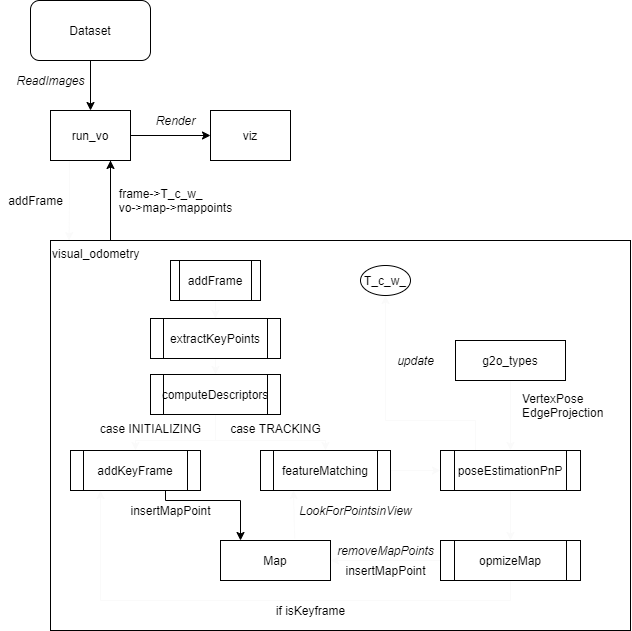
Earlier version of the draw.io export png/workflow.png (BowenBZ/RGBD_VisualOdometry). Source tidied: cells renumbered, new cells last; positions are measured from the earlier drawing's top-left corner, leaving out a move shared by most shapes. Source of this version:
```xml
<mxGraphModel>
  <root>
    <mxCell id="0" />
    <mxCell id="1" parent="0" />
    <mxCell id="2" style="edgeStyle=orthogonalEdgeStyle;rounded=0;jettySize=auto;html=1;exitX=1;exitY=0.5;exitDx=0;exitDy=0;" parent="1" edge="1" source="5" target="9">
      <mxGeometry relative="1" as="geometry" />
    </mxCell>
    <mxCell id="3" style="edgeStyle=orthogonalEdgeStyle;rounded=0;jettySize=auto;html=1;exitX=0.75;exitY=1;exitDx=0;exitDy=0;" parent="1" edge="1" source="5">
      <mxGeometry relative="1" as="geometry">
        <mxPoint x="110" y="160" as="targetPoint" />
        <Array as="points">
          <mxPoint x="110" y="240" />
          <mxPoint x="110" y="240" />
        </Array>
      </mxGeometry>
    </mxCell>
    <mxCell id="4" style="edgeStyle=orthogonalEdgeStyle;rounded=0;jumpStyle=none;jettySize=auto;html=1;exitX=0.25;exitY=1;exitDx=0;exitDy=0;entryX=0.032;entryY=0;entryDx=0;entryDy=0;entryPerimeter=0;strokeColor=#FAFAFA;" parent="1" edge="1" source="5" target="8">
      <mxGeometry relative="1" as="geometry">
        <Array as="points">
          <mxPoint x="69" y="160" />
          <mxPoint x="69" y="200" />
        </Array>
      </mxGeometry>
    </mxCell>
    <mxCell id="5" value="run_vo" style="rounded=0;whiteSpace=wrap;html=1;" parent="1" vertex="1">
      <mxGeometry x="50" y="110" width="80" height="50" as="geometry" />
    </mxCell>
    <mxCell id="6" style="edgeStyle=orthogonalEdgeStyle;rounded=0;jettySize=auto;html=1;exitX=0.5;exitY=1;exitDx=0;exitDy=0;entryX=0.5;entryY=0;entryDx=0;entryDy=0;" parent="1" edge="1" source="7" target="5">
      <mxGeometry relative="1" as="geometry" />
    </mxCell>
    <mxCell id="7" value="Dataset" style="rounded=1;whiteSpace=wrap;html=1;" parent="1" vertex="1">
      <mxGeometry x="30" width="120" height="60" as="geometry" />
    </mxCell>
    <mxCell id="8" value="visual_odometry" style="rounded=0;whiteSpace=wrap;html=1;align=left;verticalAlign=top;labelBackgroundColor=none;fillColor=none;" parent="1" vertex="1">
      <mxGeometry x="50" y="240" width="580" height="390" as="geometry" />
    </mxCell>
    <mxCell id="9" value="viz" style="rounded=0;whiteSpace=wrap;html=1;" parent="1" vertex="1">
      <mxGeometry x="210" y="110" width="80" height="50" as="geometry" />
    </mxCell>
    <mxCell id="10" value="Render" style="text;html=1;align=center;verticalAlign=middle;fontStyle=2;" parent="1" vertex="1">
      <mxGeometry x="150" y="110" width="50" height="20" as="geometry" />
    </mxCell>
    <mxCell id="11" value="addFrame" style="text;html=1;align=center;verticalAlign=middle;" parent="1" vertex="1">
      <mxGeometry y="190" width="70" height="20" as="geometry" />
    </mxCell>
    <mxCell id="12" value="&lt;div style=&quot;text-align: left&quot;&gt;&lt;span&gt;frame-&amp;gt;T_c_w_&lt;/span&gt;&lt;/div&gt;&lt;div style=&quot;text-align: left&quot;&gt;&lt;span&gt;vo-&amp;gt;map-&amp;gt;mappoints&lt;/span&gt;&lt;/div&gt;" style="text;html=1;align=center;verticalAlign=middle;" parent="1" vertex="1">
      <mxGeometry x="110" y="185" width="130" height="30" as="geometry" />
    </mxCell>
    <mxCell id="13" value="ReadImages" style="text;html=1;align=center;verticalAlign=middle;fontStyle=2;" parent="1" vertex="1">
      <mxGeometry x="10" y="70" width="80" height="20" as="geometry" />
    </mxCell>
    <mxCell id="14" value="Map" style="rounded=0;whiteSpace=wrap;html=1;align=center;" parent="1" vertex="1">
      <mxGeometry x="220" y="540" width="110" height="40" as="geometry" />
    </mxCell>
    <mxCell id="15" style="edgeStyle=orthogonalEdgeStyle;rounded=0;jumpStyle=none;jettySize=auto;html=1;exitX=0.5;exitY=1;exitDx=0;exitDy=0;strokeColor=#FAFAFA;" parent="1" edge="1" source="16" target="18">
      <mxGeometry relative="1" as="geometry" />
    </mxCell>
    <mxCell id="16" value="addFrame" style="shape=process;whiteSpace=wrap;html=1;backgroundOutline=1;align=center;" parent="1" vertex="1">
      <mxGeometry x="170" y="260" width="90" height="40" as="geometry" />
    </mxCell>
    <mxCell id="17" style="edgeStyle=orthogonalEdgeStyle;rounded=0;jumpStyle=none;jettySize=auto;html=1;exitX=0.5;exitY=1;exitDx=0;exitDy=0;strokeColor=#FAFAFA;" parent="1" edge="1" source="18" target="21">
      <mxGeometry relative="1" as="geometry" />
    </mxCell>
    <mxCell id="18" value="extractKeyPoints" style="shape=process;whiteSpace=wrap;html=1;backgroundOutline=1;align=center;" parent="1" vertex="1">
      <mxGeometry x="150" y="318" width="130" height="40" as="geometry" />
    </mxCell>
    <mxCell id="19" style="edgeStyle=orthogonalEdgeStyle;rounded=0;jumpStyle=none;jettySize=auto;html=1;exitX=0.5;exitY=1;exitDx=0;exitDy=0;strokeColor=#FAFAFA;" parent="1" edge="1" source="21" target="23">
      <mxGeometry relative="1" as="geometry">
        <Array as="points">
          <mxPoint x="215" y="440" />
          <mxPoint x="135" y="440" />
        </Array>
      </mxGeometry>
    </mxCell>
    <mxCell id="20" style="edgeStyle=orthogonalEdgeStyle;rounded=0;jumpStyle=none;jettySize=auto;html=1;exitX=0.5;exitY=1;exitDx=0;exitDy=0;entryX=0.5;entryY=0;entryDx=0;entryDy=0;strokeColor=#FAFAFA;" parent="1" edge="1" source="21" target="28">
      <mxGeometry relative="1" as="geometry">
        <Array as="points">
          <mxPoint x="215" y="440" />
          <mxPoint x="325" y="440" />
        </Array>
      </mxGeometry>
    </mxCell>
    <mxCell id="21" value="computeDescriptors" style="shape=process;whiteSpace=wrap;html=1;backgroundOutline=1;align=center;" parent="1" vertex="1">
      <mxGeometry x="150" y="374" width="130" height="40" as="geometry" />
    </mxCell>
    <mxCell id="22" style="edgeStyle=orthogonalEdgeStyle;rounded=0;jettySize=auto;html=1;exitX=0.5;exitY=1;exitDx=0;exitDy=0;" parent="1" edge="1" source="23" target="14">
      <mxGeometry relative="1" as="geometry">
        <Array as="points">
          <mxPoint x="165" y="490" />
          <mxPoint x="165" y="500" />
          <mxPoint x="240" y="500" />
        </Array>
      </mxGeometry>
    </mxCell>
    <mxCell id="23" value="addKeyFrame" style="shape=process;whiteSpace=wrap;html=1;backgroundOutline=1;align=center;" parent="1" vertex="1">
      <mxGeometry x="70" y="450" width="130" height="40" as="geometry" />
    </mxCell>
    <mxCell id="24" value="insertMapPoint" style="text;html=1;align=center;verticalAlign=middle;" parent="1" vertex="1">
      <mxGeometry x="120" y="500" width="100" height="20" as="geometry" />
    </mxCell>
    <mxCell id="25" value="case INITIALIZING" style="text;html=1;align=center;verticalAlign=middle;" parent="1" vertex="1">
      <mxGeometry x="90" y="418" width="120" height="20" as="geometry" />
    </mxCell>
    <mxCell id="26" value="case TRACKING" style="text;html=1;align=center;verticalAlign=middle;" parent="1" vertex="1">
      <mxGeometry x="220" y="418" width="110" height="20" as="geometry" />
    </mxCell>
    <mxCell id="27" style="edgeStyle=orthogonalEdgeStyle;rounded=0;jumpStyle=none;jettySize=auto;html=1;exitX=1;exitY=0.5;exitDx=0;exitDy=0;entryX=0;entryY=0.5;entryDx=0;entryDy=0;strokeColor=#FAFAFA;" parent="1" edge="1" source="28" target="31">
      <mxGeometry relative="1" as="geometry" />
    </mxCell>
    <mxCell id="28" value="featureMatching" style="shape=process;whiteSpace=wrap;html=1;backgroundOutline=1;align=center;" parent="1" vertex="1">
      <mxGeometry x="260" y="450" width="130" height="40" as="geometry" />
    </mxCell>
    <mxCell id="29" style="edgeStyle=orthogonalEdgeStyle;rounded=0;jumpStyle=none;jettySize=auto;html=1;exitX=0.25;exitY=0;exitDx=0;exitDy=0;entryX=0.5;entryY=1;entryDx=0;entryDy=0;strokeColor=#FAFAFA;" parent="1" edge="1" source="31" target="37">
      <mxGeometry relative="1" as="geometry">
        <Array as="points">
          <mxPoint x="475" y="420" />
          <mxPoint x="385" y="420" />
        </Array>
      </mxGeometry>
    </mxCell>
    <mxCell id="30" style="edgeStyle=orthogonalEdgeStyle;rounded=0;jumpStyle=none;jettySize=auto;html=1;exitX=0.5;exitY=1;exitDx=0;exitDy=0;strokeColor=#FAFAFA;" parent="1" edge="1" source="31" target="41">
      <mxGeometry relative="1" as="geometry" />
    </mxCell>
    <mxCell id="31" value="poseEstimationPnP" style="shape=process;whiteSpace=wrap;html=1;backgroundOutline=1;align=center;" parent="1" vertex="1">
      <mxGeometry x="440" y="450" width="140" height="40" as="geometry" />
    </mxCell>
    <mxCell id="32" style="edgeStyle=orthogonalEdgeStyle;rounded=0;jumpStyle=none;jettySize=auto;html=1;exitX=0.5;exitY=1;exitDx=0;exitDy=0;strokeColor=#FAFAFA;" parent="1" edge="1" source="33" target="31">
      <mxGeometry relative="1" as="geometry" />
    </mxCell>
    <mxCell id="33" value="g2o_types" style="rounded=0;whiteSpace=wrap;html=1;align=center;" parent="1" vertex="1">
      <mxGeometry x="455" y="340" width="110" height="40" as="geometry" />
    </mxCell>
    <mxCell id="34" value="VertexPose&lt;br&gt;EdgeProjection" style="text;html=1;align=left;verticalAlign=middle;" parent="1" vertex="1">
      <mxGeometry x="520" y="390" width="100" height="30" as="geometry" />
    </mxCell>
    <mxCell id="35" style="endArrow=classic;html=1;strokeColor=#FAFAFA;exitX=0.674;exitY=-0.05;exitDx=0;exitDy=0;exitPerimeter=0;" parent="1" edge="1" source="14">
      <mxGeometry relative="1" as="geometry">
        <mxPoint x="293" y="490" as="targetPoint" />
      </mxGeometry>
    </mxCell>
    <mxCell id="36" value="&lt;i&gt;LookForPointsinView&lt;/i&gt;" style="text;html=1;align=center;verticalAlign=middle;" parent="1" vertex="1">
      <mxGeometry x="290" y="500" width="130" height="20" as="geometry" />
    </mxCell>
    <mxCell id="37" value="T_c_w_" style="ellipse;whiteSpace=wrap;html=1;align=center;" parent="1" vertex="1">
      <mxGeometry x="360" y="265" width="50" height="30" as="geometry" />
    </mxCell>
    <mxCell id="38" value="update" style="text;html=1;align=center;verticalAlign=middle;fontStyle=2;" parent="1" vertex="1">
      <mxGeometry x="390" y="350" width="50" height="20" as="geometry" />
    </mxCell>
    <mxCell id="39" style="edgeStyle=orthogonalEdgeStyle;rounded=0;jumpStyle=none;jettySize=auto;html=1;exitX=0;exitY=0.5;exitDx=0;exitDy=0;entryX=1;entryY=0.5;entryDx=0;entryDy=0;strokeColor=#FAFAFA;" parent="1" edge="1" source="41" target="14">
      <mxGeometry relative="1" as="geometry" />
    </mxCell>
    <mxCell id="40" style="edgeStyle=orthogonalEdgeStyle;rounded=0;jumpStyle=none;jettySize=auto;html=1;exitX=0.5;exitY=1;exitDx=0;exitDy=0;strokeColor=#FAFAFA;" parent="1" edge="1" source="41">
      <mxGeometry relative="1" as="geometry">
        <mxPoint x="100" y="490" as="targetPoint" />
      </mxGeometry>
    </mxCell>
    <mxCell id="41" value="opmizeMap" style="shape=process;whiteSpace=wrap;html=1;backgroundOutline=1;align=center;" parent="1" vertex="1">
      <mxGeometry x="440" y="540" width="140" height="40" as="geometry" />
    </mxCell>
    <mxCell id="42" value="removeMapPoints" style="text;html=1;align=center;verticalAlign=middle;fontStyle=2;" parent="1" vertex="1">
      <mxGeometry x="330" y="540" width="110" height="20" as="geometry" />
    </mxCell>
    <mxCell id="43" value="insertMapPoint" style="text;html=1;align=center;verticalAlign=middle;" parent="1" vertex="1">
      <mxGeometry x="335" y="560" width="100" height="20" as="geometry" />
    </mxCell>
    <mxCell id="44" value="if isKeyframe" style="text;html=1;align=center;verticalAlign=middle;" parent="1" vertex="1">
      <mxGeometry x="270" y="600" width="80" height="20" as="geometry" />
    </mxCell>
  </root>
</mxGraphModel>
```
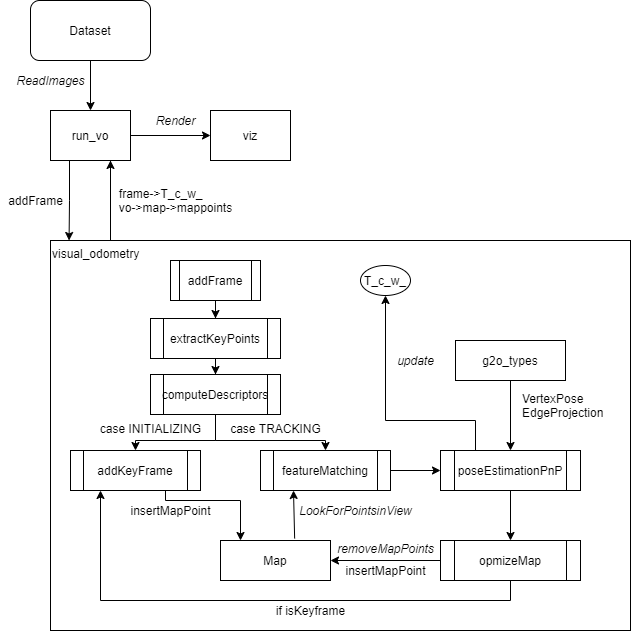
Later version of the same file.

Change to the diagram source:
```diff
@@ -14,7 +14,7 @@
         </Array>
       </mxGeometry>
     </mxCell>
-    <mxCell id="4" style="edgeStyle=orthogonalEdgeStyle;rounded=0;jumpStyle=none;jettySize=auto;html=1;exitX=0.25;exitY=1;exitDx=0;exitDy=0;entryX=0.032;entryY=0;entryDx=0;entryDy=0;entryPerimeter=0;strokeColor=#FAFAFA;" parent="1" edge="1" source="5" target="8">
+    <mxCell id="4" style="edgeStyle=orthogonalEdgeStyle;rounded=0;jumpStyle=none;jettySize=auto;html=1;exitX=0.25;exitY=1;exitDx=0;exitDy=0;entryX=0.032;entryY=0;entryDx=0;entryDy=0;entryPerimeter=0;" parent="1" edge="1" source="5" target="8">
       <mxGeometry relative="1" as="geometry">
         <Array as="points">
           <mxPoint x="69" y="160" />
@@ -52,19 +52,19 @@
     <mxCell id="14" value="Map" style="rounded=0;whiteSpace=wrap;html=1;align=center;" parent="1" vertex="1">
       <mxGeometry x="220" y="540" width="110" height="40" as="geometry" />
     </mxCell>
-    <mxCell id="15" style="edgeStyle=orthogonalEdgeStyle;rounded=0;jumpStyle=none;jettySize=auto;html=1;exitX=0.5;exitY=1;exitDx=0;exitDy=0;strokeColor=#FAFAFA;" parent="1" edge="1" source="16" target="18">
+    <mxCell id="15" style="edgeStyle=orthogonalEdgeStyle;rounded=0;jumpStyle=none;jettySize=auto;html=1;exitX=0.5;exitY=1;exitDx=0;exitDy=0;" parent="1" edge="1" source="16" target="18">
       <mxGeometry relative="1" as="geometry" />
     </mxCell>
     <mxCell id="16" value="addFrame" style="shape=process;whiteSpace=wrap;html=1;backgroundOutline=1;align=center;" parent="1" vertex="1">
       <mxGeometry x="170" y="260" width="90" height="40" as="geometry" />
     </mxCell>
-    <mxCell id="17" style="edgeStyle=orthogonalEdgeStyle;rounded=0;jumpStyle=none;jettySize=auto;html=1;exitX=0.5;exitY=1;exitDx=0;exitDy=0;strokeColor=#FAFAFA;" parent="1" edge="1" source="18" target="21">
+    <mxCell id="17" style="edgeStyle=orthogonalEdgeStyle;rounded=0;jumpStyle=none;jettySize=auto;html=1;exitX=0.5;exitY=1;exitDx=0;exitDy=0;" parent="1" edge="1" source="18" target="21">
       <mxGeometry relative="1" as="geometry" />
     </mxCell>
     <mxCell id="18" value="extractKeyPoints" style="shape=process;whiteSpace=wrap;html=1;backgroundOutline=1;align=center;" parent="1" vertex="1">
       <mxGeometry x="150" y="318" width="130" height="40" as="geometry" />
     </mxCell>
-    <mxCell id="19" style="edgeStyle=orthogonalEdgeStyle;rounded=0;jumpStyle=none;jettySize=auto;html=1;exitX=0.5;exitY=1;exitDx=0;exitDy=0;strokeColor=#FAFAFA;" parent="1" edge="1" source="21" target="23">
+    <mxCell id="19" style="edgeStyle=orthogonalEdgeStyle;rounded=0;jumpStyle=none;jettySize=auto;html=1;exitX=0.5;exitY=1;exitDx=0;exitDy=0;" parent="1" edge="1" source="21" target="23">
       <mxGeometry relative="1" as="geometry">
         <Array as="points">
           <mxPoint x="215" y="440" />
@@ -72,7 +72,7 @@
         </Array>
       </mxGeometry>
     </mxCell>
-    <mxCell id="20" style="edgeStyle=orthogonalEdgeStyle;rounded=0;jumpStyle=none;jettySize=auto;html=1;exitX=0.5;exitY=1;exitDx=0;exitDy=0;entryX=0.5;entryY=0;entryDx=0;entryDy=0;strokeColor=#FAFAFA;" parent="1" edge="1" source="21" target="28">
+    <mxCell id="20" style="edgeStyle=orthogonalEdgeStyle;rounded=0;jumpStyle=none;jettySize=auto;html=1;exitX=0.5;exitY=1;exitDx=0;exitDy=0;entryX=0.5;entryY=0;entryDx=0;entryDy=0;" parent="1" edge="1" source="21" target="28">
       <mxGeometry relative="1" as="geometry">
         <Array as="points">
           <mxPoint x="215" y="440" />
@@ -104,13 +104,13 @@
     <mxCell id="26" value="case TRACKING" style="text;html=1;align=center;verticalAlign=middle;" parent="1" vertex="1">
       <mxGeometry x="220" y="418" width="110" height="20" as="geometry" />
     </mxCell>
-    <mxCell id="27" style="edgeStyle=orthogonalEdgeStyle;rounded=0;jumpStyle=none;jettySize=auto;html=1;exitX=1;exitY=0.5;exitDx=0;exitDy=0;entryX=0;entryY=0.5;entryDx=0;entryDy=0;strokeColor=#FAFAFA;" parent="1" edge="1" source="28" target="31">
+    <mxCell id="27" style="edgeStyle=orthogonalEdgeStyle;rounded=0;jumpStyle=none;jettySize=auto;html=1;exitX=1;exitY=0.5;exitDx=0;exitDy=0;entryX=0;entryY=0.5;entryDx=0;entryDy=0;" parent="1" edge="1" source="28" target="31">
       <mxGeometry relative="1" as="geometry" />
     </mxCell>
     <mxCell id="28" value="featureMatching" style="shape=process;whiteSpace=wrap;html=1;backgroundOutline=1;align=center;" parent="1" vertex="1">
       <mxGeometry x="260" y="450" width="130" height="40" as="geometry" />
     </mxCell>
-    <mxCell id="29" style="edgeStyle=orthogonalEdgeStyle;rounded=0;jumpStyle=none;jettySize=auto;html=1;exitX=0.25;exitY=0;exitDx=0;exitDy=0;entryX=0.5;entryY=1;entryDx=0;entryDy=0;strokeColor=#FAFAFA;" parent="1" edge="1" source="31" target="37">
+    <mxCell id="29" style="edgeStyle=orthogonalEdgeStyle;rounded=0;jumpStyle=none;jettySize=auto;html=1;exitX=0.25;exitY=0;exitDx=0;exitDy=0;entryX=0.5;entryY=1;entryDx=0;entryDy=0;" parent="1" edge="1" source="31" target="37">
       <mxGeometry relative="1" as="geometry">
         <Array as="points">
           <mxPoint x="475" y="420" />
@@ -118,13 +118,13 @@
         </Array>
       </mxGeometry>
     </mxCell>
-    <mxCell id="30" style="edgeStyle=orthogonalEdgeStyle;rounded=0;jumpStyle=none;jettySize=auto;html=1;exitX=0.5;exitY=1;exitDx=0;exitDy=0;strokeColor=#FAFAFA;" parent="1" edge="1" source="31" target="41">
+    <mxCell id="30" style="edgeStyle=orthogonalEdgeStyle;rounded=0;jumpStyle=none;jettySize=auto;html=1;exitX=0.5;exitY=1;exitDx=0;exitDy=0;" parent="1" edge="1" source="31" target="41">
       <mxGeometry relative="1" as="geometry" />
     </mxCell>
     <mxCell id="31" value="poseEstimationPnP" style="shape=process;whiteSpace=wrap;html=1;backgroundOutline=1;align=center;" parent="1" vertex="1">
       <mxGeometry x="440" y="450" width="140" height="40" as="geometry" />
     </mxCell>
-    <mxCell id="32" style="edgeStyle=orthogonalEdgeStyle;rounded=0;jumpStyle=none;jettySize=auto;html=1;exitX=0.5;exitY=1;exitDx=0;exitDy=0;strokeColor=#FAFAFA;" parent="1" edge="1" source="33" target="31">
+    <mxCell id="32" style="edgeStyle=orthogonalEdgeStyle;rounded=0;jumpStyle=none;jettySize=auto;html=1;exitX=0.5;exitY=1;exitDx=0;exitDy=0;" parent="1" edge="1" source="33" target="31">
       <mxGeometry relative="1" as="geometry" />
     </mxCell>
     <mxCell id="33" value="g2o_types" style="rounded=0;whiteSpace=wrap;html=1;align=center;" parent="1" vertex="1">
@@ -133,7 +133,7 @@
     <mxCell id="34" value="VertexPose&lt;br&gt;EdgeProjection" style="text;html=1;align=left;verticalAlign=middle;" parent="1" vertex="1">
       <mxGeometry x="520" y="390" width="100" height="30" as="geometry" />
     </mxCell>
-    <mxCell id="35" style="endArrow=classic;html=1;strokeColor=#FAFAFA;exitX=0.674;exitY=-0.05;exitDx=0;exitDy=0;exitPerimeter=0;" parent="1" edge="1" source="14">
+    <mxCell id="35" style="endArrow=classic;html=1;exitX=0.674;exitY=-0.05;exitDx=0;exitDy=0;exitPerimeter=0;" parent="1" edge="1" source="14">
       <mxGeometry relative="1" as="geometry">
         <mxPoint x="293" y="490" as="targetPoint" />
       </mxGeometry>
@@ -147,10 +147,10 @@
     <mxCell id="38" value="update" style="text;html=1;align=center;verticalAlign=middle;fontStyle=2;" parent="1" vertex="1">
       <mxGeometry x="390" y="350" width="50" height="20" as="geometry" />
     </mxCell>
-    <mxCell id="39" style="edgeStyle=orthogonalEdgeStyle;rounded=0;jumpStyle=none;jettySize=auto;html=1;exitX=0;exitY=0.5;exitDx=0;exitDy=0;entryX=1;entryY=0.5;entryDx=0;entryDy=0;strokeColor=#FAFAFA;" parent="1" edge="1" source="41" target="14">
+    <mxCell id="39" style="edgeStyle=orthogonalEdgeStyle;rounded=0;jumpStyle=none;jettySize=auto;html=1;exitX=0;exitY=0.5;exitDx=0;exitDy=0;entryX=1;entryY=0.5;entryDx=0;entryDy=0;" parent="1" edge="1" source="41" target="14">
       <mxGeometry relative="1" as="geometry" />
     </mxCell>
-    <mxCell id="40" style="edgeStyle=orthogonalEdgeStyle;rounded=0;jumpStyle=none;jettySize=auto;html=1;exitX=0.5;exitY=1;exitDx=0;exitDy=0;strokeColor=#FAFAFA;" parent="1" edge="1" source="41">
+    <mxCell id="40" style="edgeStyle=orthogonalEdgeStyle;rounded=0;jumpStyle=none;jettySize=auto;html=1;exitX=0.5;exitY=1;exitDx=0;exitDy=0;" parent="1" edge="1" source="41">
       <mxGeometry relative="1" as="geometry">
         <mxPoint x="100" y="490" as="targetPoint" />
       </mxGeometry>
@@ -159,7 +159,7 @@
       <mxGeometry x="440" y="540" width="140" height="40" as="geometry" />
     </mxCell>
     <mxCell id="42" value="removeMapPoints" style="text;html=1;align=center;verticalAlign=middle;fontStyle=2;" parent="1" vertex="1">
-      <mxGeometry x="330" y="540" width="110" height="20" as="geometry" />
+      <mxGeometry x="330" y="538" width="110" height="20" as="geometry" />
     </mxCell>
     <mxCell id="43" value="insertMapPoint" style="text;html=1;align=center;verticalAlign=middle;" parent="1" vertex="1">
       <mxGeometry x="335" y="560" width="100" height="20" as="geometry" />
```
